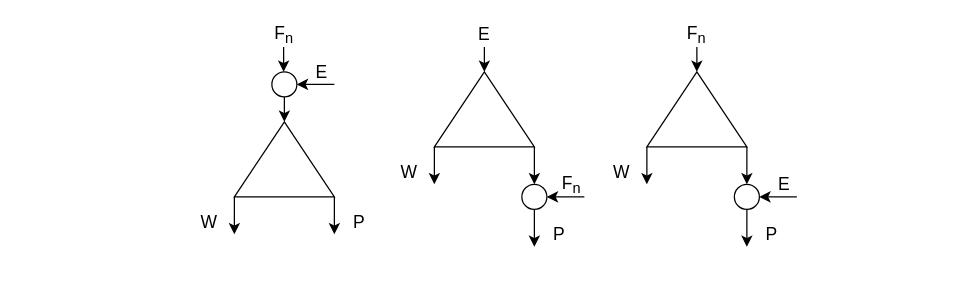
This is cascades/drawio/ord_all.drawio from GusevVlad/Russian-Phd-LaTeX-Dissertation-Template, a draw.io file, before an edit. Source tidied: cells renumbered, new cells numbered last; positions are measured from the earlier drawing's top-left corner, leaving out a move shared by most shapes. Both pictures are drawn from the tidied source at 125%, with x=0, y=0 at pixel (184, 21).
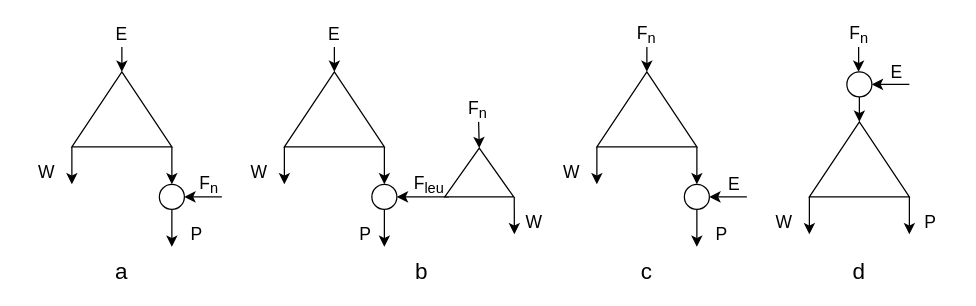
The same page after the edit.

What changed in the source:
```diff
@@
-    <mxCell id="2" style="endArrow=classic;html=1;" parent="1" edge="1">
-      <mxGeometry relative="1" as="geometry">
-        <mxPoint x="80" y="60" as="sourcePoint" />
-        <mxPoint x="80" y="80" as="targetPoint" />
-      </mxGeometry>
-    </mxCell>
-    <mxCell id="3" style="endArrow=classic;html=1;" parent="1" edge="1">
-      <mxGeometry relative="1" as="geometry">
-        <mxPoint x="40" y="140" as="sourcePoint" />
-        <mxPoint x="40" y="170" as="targetPoint" />
-      </mxGeometry>
-    </mxCell>
-    <mxCell id="4" style="triangle;whiteSpace=wrap;html=1;rotation=-90;" parent="1" vertex="1">
-      <mxGeometry x="50" y="70" width="60" height="80" as="geometry" />
-    </mxCell>
-    <mxCell id="5" style="endArrow=classic;html=1;entryX=0;entryY=1;entryDx=0;entryDy=0;" parent="1" edge="1" target="8">
-      <mxGeometry relative="1" as="geometry">
-        <mxPoint x="120" y="140" as="sourcePoint" />
-      </mxGeometry>
-    </mxCell>
-    <mxCell id="6" value="&lt;font style=&quot;font-size: 14px&quot;&gt;E&lt;/font&gt;" style="text;html=1;strokeColor=none;fillColor=none;align=center;verticalAlign=middle;whiteSpace=wrap;rounded=0;" parent="1" vertex="1">
-      <mxGeometry x="90" y="30" width="40" height="20" as="geometry" />
-    </mxCell>
-    <mxCell id="7" value="&lt;font style=&quot;font-size: 14px&quot;&gt;W&lt;/font&gt;" style="text;html=1;strokeColor=none;fillColor=none;align=center;verticalAlign=middle;whiteSpace=wrap;rounded=0;" parent="1" vertex="1">
-      <mxGeometry y="150" width="40" height="20" as="geometry" />
-    </mxCell>
-    <mxCell id="8" value="&lt;font style=&quot;font-size: 14px&quot;&gt;P&lt;/font&gt;" style="text;html=1;strokeColor=none;fillColor=none;align=center;verticalAlign=middle;whiteSpace=wrap;rounded=0;" parent="1" vertex="1">
-      <mxGeometry x="120" y="150" width="40" height="20" as="geometry" />
-    </mxCell>
-    <mxCell id="9" style="ellipse;whiteSpace=wrap;html=1;" parent="1" vertex="1">
-      <mxGeometry x="70" y="40" width="20" height="20" as="geometry" />
-    </mxCell>
-    <mxCell id="10" style="endArrow=classic;html=1;entryX=1;entryY=0.5;entryDx=0;entryDy=0;" parent="1" edge="1" target="9">
-      <mxGeometry relative="1" as="geometry">
-        <mxPoint x="120" y="50" as="sourcePoint" />
-      </mxGeometry>
-    </mxCell>
-    <mxCell id="11" style="endArrow=classic;html=1;" parent="1" edge="1">
-      <mxGeometry relative="1" as="geometry">
-        <mxPoint x="79.4" y="20" as="sourcePoint" />
-        <mxPoint x="79.4" y="40" as="targetPoint" />
-      </mxGeometry>
-    </mxCell>
-    <mxCell id="12" value="&lt;span style=&quot;font-size: 14px&quot;&gt;F&lt;sub&gt;n&lt;/sub&gt;&lt;/span&gt;" style="text;html=1;strokeColor=none;fillColor=none;align=center;verticalAlign=middle;whiteSpace=wrap;rounded=0;" parent="1" vertex="1">
-      <mxGeometry x="60" width="40" height="20" as="geometry" />
-    </mxCell>
     <mxCell id="13" style="endArrow=classic;html=1;" parent="1" edge="1">
       <mxGeometry relative="1" as="geometry">
-        <mxPoint x="240" y="20" as="sourcePoint" />
-        <mxPoint x="240" y="40" as="targetPoint" />
+        <mxPoint x="-50" y="20" as="sourcePoint" />
+        <mxPoint x="-50" y="40" as="targetPoint" />
       </mxGeometry>
     </mxCell>
     <mxCell id="14" style="endArrow=classic;html=1;" parent="1" edge="1">
       <mxGeometry relative="1" as="geometry">
-        <mxPoint x="200" y="100" as="sourcePoint" />
-        <mxPoint x="200" y="130" as="targetPoint" />
+        <mxPoint x="-90" y="100" as="sourcePoint" />
+        <mxPoint x="-90" y="130" as="targetPoint" />
       </mxGeometry>
     </mxCell>
     <mxCell id="15" style="triangle;whiteSpace=wrap;html=1;rotation=-90;" parent="1" vertex="1">
-      <mxGeometry x="210" y="30" width="60" height="80" as="geometry" />
+      <mxGeometry x="-80" y="30" width="60" height="80" as="geometry" />
     </mxCell>
     <mxCell id="16" style="endArrow=classic;html=1;entryX=0;entryY=1;entryDx=0;entryDy=0;" parent="1" edge="1">
       <mxGeometry relative="1" as="geometry">
-        <mxPoint x="280" y="100" as="sourcePoint" />
-        <mxPoint x="280" y="130" as="targetPoint" />
+        <mxPoint x="-10" y="100" as="sourcePoint" />
+        <mxPoint x="-10" y="130" as="targetPoint" />
       </mxGeometry>
     </mxCell>
     <mxCell id="17" value="&lt;font style=&quot;font-size: 14px&quot;&gt;E&lt;/font&gt;" style="text;html=1;strokeColor=none;fillColor=none;align=center;verticalAlign=middle;whiteSpace=wrap;rounded=0;" parent="1" vertex="1">
-      <mxGeometry x="220" width="40" height="20" as="geometry" />
+      <mxGeometry x="-70" width="40" height="20" as="geometry" />
     </mxCell>
     <mxCell id="18" value="&lt;font style=&quot;font-size: 14px&quot;&gt;W&lt;/font&gt;" style="text;html=1;strokeColor=none;fillColor=none;align=center;verticalAlign=middle;whiteSpace=wrap;rounded=0;" parent="1" vertex="1">
-      <mxGeometry x="160" y="110" width="40" height="20" as="geometry" />
+      <mxGeometry x="-130" y="110" width="40" height="20" as="geometry" />
     </mxCell>
     <mxCell id="19" style="ellipse;whiteSpace=wrap;html=1;" parent="1" vertex="1">
-      <mxGeometry x="270" y="130" width="20" height="20" as="geometry" />
+      <mxGeometry x="-20" y="130" width="20" height="20" as="geometry" />
     </mxCell>
     <mxCell id="20" style="endArrow=classic;html=1;entryX=1;entryY=0.5;entryDx=0;entryDy=0;" parent="1" edge="1" target="19">
       <mxGeometry relative="1" as="geometry">
-        <mxPoint x="320" y="140" as="sourcePoint" />
+        <mxPoint x="30" y="140" as="sourcePoint" />
       </mxGeometry>
     </mxCell>
     <mxCell id="21" value="&lt;span style=&quot;font-size: 14px&quot;&gt;F&lt;sub&gt;n&lt;/sub&gt;&lt;/span&gt;" style="text;html=1;strokeColor=none;fillColor=none;align=center;verticalAlign=middle;whiteSpace=wrap;rounded=0;" parent="1" vertex="1">
-      <mxGeometry x="290" y="120" width="40" height="20" as="geometry" />
+      <mxGeometry y="120" width="40" height="20" as="geometry" />
     </mxCell>
     <mxCell id="22" style="endArrow=classic;html=1;entryX=0;entryY=1;entryDx=0;entryDy=0;" parent="1" edge="1" target="23">
       <mxGeometry relative="1" as="geometry">
-        <mxPoint x="280" y="150" as="sourcePoint" />
+        <mxPoint x="-10" y="150" as="sourcePoint" />
       </mxGeometry>
     </mxCell>
     <mxCell id="23" value="&lt;font style=&quot;font-size: 14px&quot;&gt;P&lt;/font&gt;" style="text;html=1;strokeColor=none;fillColor=none;align=center;verticalAlign=middle;whiteSpace=wrap;rounded=0;" parent="1" vertex="1">
-      <mxGeometry x="280" y="160" width="40" height="20" as="geometry" />
+      <mxGeometry x="-10" y="160" width="40" height="20" as="geometry" />
     </mxCell>
     <mxCell id="24" style="endArrow=classic;html=1;" parent="1" edge="1">
       <mxGeometry relative="1" as="geometry">
-        <mxPoint x="410" y="20" as="sourcePoint" />
-        <mxPoint x="410" y="40" as="targetPoint" />
+        <mxPoint x="370" y="20" as="sourcePoint" />
+        <mxPoint x="370" y="40" as="targetPoint" />
       </mxGeometry>
     </mxCell>
     <mxCell id="25" style="endArrow=classic;html=1;" parent="1" edge="1">
       <mxGeometry relative="1" as="geometry">
-        <mxPoint x="370" y="100" as="sourcePoint" />
-        <mxPoint x="370" y="130" as="targetPoint" />
+        <mxPoint x="330" y="100" as="sourcePoint" />
+        <mxPoint x="330" y="130" as="targetPoint" />
       </mxGeometry>
     </mxCell>
     <mxCell id="26" style="triangle;whiteSpace=wrap;html=1;rotation=-90;" parent="1" vertex="1">
-      <mxGeometry x="380" y="30" width="60" height="80" as="geometry" />
+      <mxGeometry x="340" y="30" width="60" height="80" as="geometry" />
     </mxCell>
     <mxCell id="27" style="endArrow=classic;html=1;entryX=0;entryY=1;entryDx=0;entryDy=0;" parent="1" edge="1">
       <mxGeometry relative="1" as="geometry">
-        <mxPoint x="450" y="100" as="sourcePoint" />
-        <mxPoint x="450" y="130" as="targetPoint" />
+        <mxPoint x="410" y="100" as="sourcePoint" />
+        <mxPoint x="410" y="130" as="targetPoint" />
       </mxGeometry>
     </mxCell>
     <mxCell id="28" value="&lt;font style=&quot;font-size: 14px&quot;&gt;E&lt;/font&gt;" style="text;html=1;strokeColor=none;fillColor=none;align=center;verticalAlign=middle;whiteSpace=wrap;rounded=0;" parent="1" vertex="1">
-      <mxGeometry x="460" y="120" width="40" height="20" as="geometry" />
+      <mxGeometry x="420" y="120" width="40" height="20" as="geometry" />
     </mxCell>
     <mxCell id="29" value="&lt;font style=&quot;font-size: 14px&quot;&gt;W&lt;/font&gt;" style="text;html=1;strokeColor=none;fillColor=none;align=center;verticalAlign=middle;whiteSpace=wrap;rounded=0;" parent="1" vertex="1">
-      <mxGeometry x="330" y="110" width="40" height="20" as="geometry" />
+      <mxGeometry x="290" y="110" width="40" height="20" as="geometry" />
     </mxCell>
     <mxCell id="30" style="ellipse;whiteSpace=wrap;html=1;" parent="1" vertex="1">
-      <mxGeometry x="440" y="130" width="20" height="20" as="geometry" />
+      <mxGeometry x="400" y="130" width="20" height="20" as="geometry" />
     </mxCell>
     <mxCell id="31" style="endArrow=classic;html=1;entryX=1;entryY=0.5;entryDx=0;entryDy=0;" parent="1" edge="1" target="30">
       <mxGeometry relative="1" as="geometry">
-        <mxPoint x="490" y="140" as="sourcePoint" />
+        <mxPoint x="450" y="140" as="sourcePoint" />
       </mxGeometry>
     </mxCell>
     <mxCell id="32" value="&lt;span style=&quot;font-size: 14px&quot;&gt;F&lt;sub&gt;n&lt;/sub&gt;&lt;/span&gt;" style="text;html=1;strokeColor=none;fillColor=none;align=center;verticalAlign=middle;whiteSpace=wrap;rounded=0;" parent="1" vertex="1">
-      <mxGeometry x="390" width="40" height="20" as="geometry" />
+      <mxGeometry x="350" width="40" height="20" as="geometry" />
     </mxCell>
     <mxCell id="33" style="endArrow=classic;html=1;entryX=0;entryY=1;entryDx=0;entryDy=0;" parent="1" edge="1" target="34">
       <mxGeometry relative="1" as="geometry">
-        <mxPoint x="450" y="150" as="sourcePoint" />
+        <mxPoint x="410" y="150" as="sourcePoint" />
       </mxGeometry>
     </mxCell>
     <mxCell id="34" value="&lt;font style=&quot;font-size: 14px&quot;&gt;P&lt;/font&gt;" style="text;html=1;strokeColor=none;fillColor=none;align=center;verticalAlign=middle;whiteSpace=wrap;rounded=0;" parent="1" vertex="1">
-      <mxGeometry x="450" y="160" width="40" height="20" as="geometry" />
+      <mxGeometry x="410" y="160" width="40" height="20" as="geometry" />
     </mxCell>
+    <mxCell id="35" style="endArrow=classic;html=1;" parent="1" edge="1">
+      <mxGeometry relative="1" as="geometry">
+        <mxPoint x="540" y="60" as="sourcePoint" />
+        <mxPoint x="540" y="80" as="targetPoint" />
+      </mxGeometry>
+    </mxCell>
+    <mxCell id="36" style="endArrow=classic;html=1;" parent="1" edge="1">
+      <mxGeometry relative="1" as="geometry">
+        <mxPoint x="500" y="140" as="sourcePoint" />
+        <mxPoint x="500" y="170" as="targetPoint" />
+      </mxGeometry>
+    </mxCell>
+    <mxCell id="37" style="triangle;whiteSpace=wrap;html=1;rotation=-90;" parent="1" vertex="1">
+      <mxGeometry x="510" y="70" width="60" height="80" as="geometry" />
+    </mxCell>
+    <mxCell id="38" style="endArrow=classic;html=1;entryX=0;entryY=1;entryDx=0;entryDy=0;" parent="1" edge="1">
+      <mxGeometry relative="1" as="geometry">
+        <mxPoint x="580" y="140" as="sourcePoint" />
+        <mxPoint x="580" y="170" as="targetPoint" />
+      </mxGeometry>
+    </mxCell>
+    <mxCell id="39" value="&lt;font style=&quot;font-size: 14px&quot;&gt;E&lt;/font&gt;" style="text;html=1;strokeColor=none;fillColor=none;align=center;verticalAlign=middle;whiteSpace=wrap;rounded=0;" parent="1" vertex="1">
+      <mxGeometry x="550" y="30" width="40" height="20" as="geometry" />
+    </mxCell>
+    <mxCell id="40" value="&lt;font style=&quot;font-size: 14px&quot;&gt;W&lt;/font&gt;" style="text;html=1;strokeColor=none;fillColor=none;align=center;verticalAlign=middle;whiteSpace=wrap;rounded=0;" parent="1" vertex="1">
+      <mxGeometry x="460" y="150" width="40" height="20" as="geometry" />
+    </mxCell>
+    <mxCell id="41" value="&lt;font style=&quot;font-size: 14px&quot;&gt;P&lt;/font&gt;" style="text;html=1;strokeColor=none;fillColor=none;align=center;verticalAlign=middle;whiteSpace=wrap;rounded=0;" parent="1" vertex="1">
+      <mxGeometry x="577" y="150" width="40" height="20" as="geometry" />
+    </mxCell>
+    <mxCell id="42" style="ellipse;whiteSpace=wrap;html=1;" parent="1" vertex="1">
+      <mxGeometry x="530" y="40" width="20" height="20" as="geometry" />
+    </mxCell>
+    <mxCell id="43" style="endArrow=classic;html=1;entryX=1;entryY=0.5;entryDx=0;entryDy=0;" parent="1" edge="1" target="42">
+      <mxGeometry relative="1" as="geometry">
+        <mxPoint x="580" y="50" as="sourcePoint" />
+      </mxGeometry>
+    </mxCell>
+    <mxCell id="44" style="endArrow=classic;html=1;" parent="1" edge="1">
+      <mxGeometry relative="1" as="geometry">
+        <mxPoint x="539.4" y="20" as="sourcePoint" />
+        <mxPoint x="539.4" y="40" as="targetPoint" />
+      </mxGeometry>
+    </mxCell>
+    <mxCell id="45" value="&lt;span style=&quot;font-size: 14px&quot;&gt;F&lt;sub&gt;n&lt;/sub&gt;&lt;/span&gt;" style="text;html=1;strokeColor=none;fillColor=none;align=center;verticalAlign=middle;whiteSpace=wrap;rounded=0;" parent="1" vertex="1">
+      <mxGeometry x="520" width="40" height="20" as="geometry" />
+    </mxCell>
+    <mxCell id="46" style="endArrow=classic;html=1;" parent="1" edge="1">
+      <mxGeometry relative="1" as="geometry">
+        <mxPoint x="120" y="20" as="sourcePoint" />
+        <mxPoint x="120" y="40" as="targetPoint" />
+      </mxGeometry>
+    </mxCell>
+    <mxCell id="47" style="endArrow=classic;html=1;" parent="1" edge="1">
+      <mxGeometry relative="1" as="geometry">
+        <mxPoint x="80" y="100" as="sourcePoint" />
+        <mxPoint x="80" y="130" as="targetPoint" />
+      </mxGeometry>
+    </mxCell>
+    <mxCell id="48" style="triangle;whiteSpace=wrap;html=1;rotation=-90;" parent="1" vertex="1">
+      <mxGeometry x="90" y="30" width="60" height="80" as="geometry" />
+    </mxCell>
+    <mxCell id="49" style="endArrow=classic;html=1;entryX=0;entryY=1;entryDx=0;entryDy=0;" parent="1" edge="1">
+      <mxGeometry relative="1" as="geometry">
+        <mxPoint x="160" y="100" as="sourcePoint" />
+        <mxPoint x="160" y="130" as="targetPoint" />
+      </mxGeometry>
+    </mxCell>
+    <mxCell id="50" value="&lt;font style=&quot;font-size: 14px&quot;&gt;E&lt;/font&gt;" style="text;html=1;strokeColor=none;fillColor=none;align=center;verticalAlign=middle;whiteSpace=wrap;rounded=0;" parent="1" vertex="1">
+      <mxGeometry x="100" width="40" height="20" as="geometry" />
+    </mxCell>
+    <mxCell id="51" value="&lt;font style=&quot;font-size: 14px&quot;&gt;W&lt;/font&gt;" style="text;html=1;strokeColor=none;fillColor=none;align=center;verticalAlign=middle;whiteSpace=wrap;rounded=0;" parent="1" vertex="1">
+      <mxGeometry x="40" y="110" width="40" height="20" as="geometry" />
+    </mxCell>
+    <mxCell id="52" style="ellipse;whiteSpace=wrap;html=1;" parent="1" vertex="1">
+      <mxGeometry x="150" y="130" width="20" height="20" as="geometry" />
+    </mxCell>
+    <mxCell id="53" style="endArrow=classic;html=1;entryX=1;entryY=0.5;entryDx=0;entryDy=0;exitX=0.689;exitY=0.002;exitDx=0;exitDy=0;exitPerimeter=0;" parent="1" edge="1" target="52">
+      <mxGeometry relative="1" as="geometry">
+        <mxPoint x="211.6" y="140" as="sourcePoint" />
+      </mxGeometry>
+    </mxCell>
+    <mxCell id="54" value="&lt;span style=&quot;font-size: 14px&quot;&gt;F&lt;sub&gt;n&lt;/sub&gt;&lt;/span&gt;" style="text;html=1;strokeColor=none;fillColor=none;align=center;verticalAlign=middle;whiteSpace=wrap;rounded=0;" parent="1" vertex="1">
+      <mxGeometry x="215.4" y="60" width="40" height="20" as="geometry" />
+    </mxCell>
+    <mxCell id="55" style="endArrow=classic;html=1;entryX=0;entryY=1;entryDx=0;entryDy=0;" parent="1" edge="1">
+      <mxGeometry relative="1" as="geometry">
+        <mxPoint x="160" y="150" as="sourcePoint" />
+        <mxPoint x="160" y="180" as="targetPoint" />
+      </mxGeometry>
+    </mxCell>
+    <mxCell id="56" style="triangle;whiteSpace=wrap;html=1;rotation=-90;" parent="1" vertex="1">
+      <mxGeometry x="216.4" y="92.9" width="39" height="55.2" as="geometry" />
+    </mxCell>
+    <mxCell id="57" style="endArrow=classic;html=1;exitX=0.5;exitY=1;exitDx=0;exitDy=0;entryX=1;entryY=0.5;entryDx=0;entryDy=0;" parent="1" edge="1" source="54" target="56">
+      <mxGeometry relative="1" as="geometry" />
+    </mxCell>
+    <mxCell id="58" style="endArrow=classic;html=1;exitX=-0.004;exitY=1.007;exitDx=0;exitDy=0;exitPerimeter=0;entryX=0.1;entryY=1;entryDx=0;entryDy=0;entryPerimeter=0;" parent="1" edge="1" source="56" target="61">
+      <mxGeometry relative="1" as="geometry" />
+    </mxCell>
+    <mxCell id="59" value="&lt;font style=&quot;font-size: 14px&quot;&gt;P&lt;/font&gt;" style="text;html=1;strokeColor=none;fillColor=none;align=center;verticalAlign=middle;whiteSpace=wrap;rounded=0;" parent="1" vertex="1">
+      <mxGeometry x="130" y="160" width="30" height="20" as="geometry" />
+    </mxCell>
+    <mxCell id="60" value="&lt;span style=&quot;font-size: 14px&quot;&gt;F&lt;sub&gt;leu&lt;/sub&gt;&lt;/span&gt;" style="text;html=1;strokeColor=none;fillColor=none;align=center;verticalAlign=middle;whiteSpace=wrap;rounded=0;" parent="1" vertex="1">
+      <mxGeometry x="176.4" y="120" width="40" height="20" as="geometry" />
+    </mxCell>
+    <mxCell id="61" value="&lt;font style=&quot;font-size: 14px&quot;&gt;W&lt;/font&gt;" style="text;html=1;strokeColor=none;fillColor=none;align=center;verticalAlign=middle;whiteSpace=wrap;rounded=0;" parent="1" vertex="1">
+      <mxGeometry x="260" y="150" width="40" height="20" as="geometry" />
+    </mxCell>
+    <mxCell id="62" value="&lt;font style=&quot;font-size: 18px;&quot;&gt;a&lt;/font&gt;" style="text;html=1;strokeColor=none;fillColor=none;align=center;verticalAlign=middle;whiteSpace=wrap;rounded=0;" parent="1" vertex="1">
+      <mxGeometry x="-70" y="190" width="40" height="20" as="geometry" />
+    </mxCell>
+    <mxCell id="63" value="&lt;font style=&quot;font-size: 18px;&quot;&gt;b&lt;/font&gt;" style="text;html=1;strokeColor=none;fillColor=none;align=center;verticalAlign=middle;whiteSpace=wrap;rounded=0;" parent="1" vertex="1">
+      <mxGeometry x="170" y="190" width="40" height="20" as="geometry" />
+    </mxCell>
+    <mxCell id="64" value="&lt;font style=&quot;font-size: 18px;&quot;&gt;c&lt;/font&gt;" style="text;html=1;strokeColor=none;fillColor=none;align=center;verticalAlign=middle;whiteSpace=wrap;rounded=0;" parent="1" vertex="1">
+      <mxGeometry x="350" y="190" width="40" height="20" as="geometry" />
+    </mxCell>
+    <mxCell id="65" value="&lt;font style=&quot;font-size: 18px;&quot;&gt;d&lt;/font&gt;" style="text;html=1;strokeColor=none;fillColor=none;align=center;verticalAlign=middle;whiteSpace=wrap;rounded=0;" parent="1" vertex="1">
+      <mxGeometry x="520" y="190" width="40" height="20" as="geometry" />
+    </mxCell>
```
